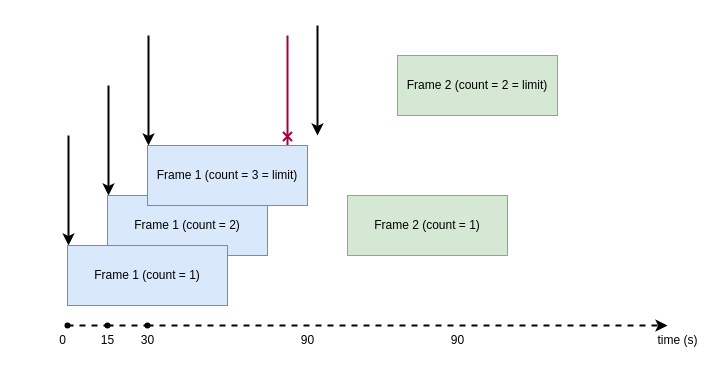
pxuanbach/blog keeps this draw.io diagram as page "Sliding Window Counter" (2 of 4) of blog/09_essential-modules-for-developing-applications-with-fastapi-p5/diagram.drawio. Above is the earlier version. Source tidied: cells renumbered, new cells numbered last; positions are measured from the earlier drawing's top-left corner, leaving out a move shared by most shapes. Both pictures are drawn from the tidied source at 100%, with x=0, y=0 at pixel (47, 25).
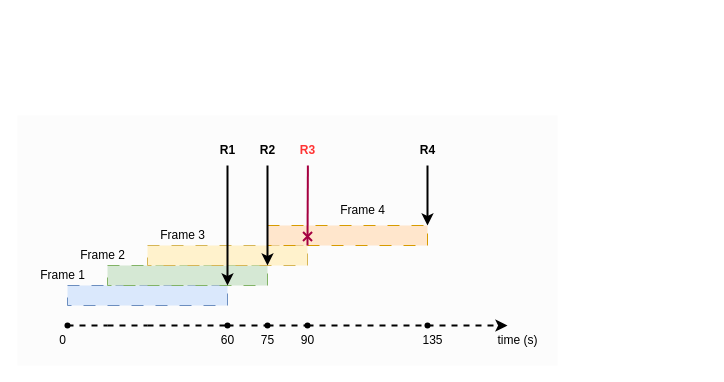
Above is the later version.

Change to the diagram source:
```diff
@@
-    <mxCell id="2" value="Frame 2 (count = 2 = limit)" style="rounded=0;whiteSpace=wrap;html=1;fillColor=#d5e8d4;strokeColor=#82b366;fontColor=#000000;" parent="1" vertex="1">
-      <mxGeometry x="350" y="30" width="160" height="60" as="geometry" />
-    </mxCell>
+    <mxCell id="24" style="rounded=0;whiteSpace=wrap;html=1;dashed=1;dashPattern=12 12;fontColor=#000000;strokeColor=none;fillColor=#FCFCFC;" parent="1" vertex="1">
+      <mxGeometry x="-30" y="90" width="540" height="250" as="geometry" />
+    </mxCell>
-    <mxCell id="3" style="endArrow=classic;html=1;dashed=1;strokeWidth=2;fontColor=default;startArrow=none;" parent="1" edge="1" source="16">
+    <mxCell id="3" style="endArrow=classic;html=1;dashed=1;strokeWidth=2;fontColor=default;startArrow=none;" parent="1" edge="1" source="44">
       <mxGeometry relative="1" as="geometry">
-        <mxPoint x="620" y="300" as="targetPoint" />
+        <mxPoint x="460" y="300" as="targetPoint" />
       </mxGeometry>
     </mxCell>
     <mxCell id="4" style="endArrow=classic;html=1;fontColor=#000000;entryX=0.25;entryY=0;entryDx=0;entryDy=0;strokeWidth=2;" parent="1" edge="1">
       <mxGeometry relative="1" as="geometry">
-        <mxPoint x="21" y="110" as="sourcePoint" />
-        <mxPoint x="21" y="220" as="targetPoint" />
+        <mxPoint x="380" y="140" as="sourcePoint" />
+        <mxPoint x="380" y="200" as="targetPoint" />
       </mxGeometry>
     </mxCell>
-    <mxCell id="5" style="endArrow=classic;html=1;fontColor=#000000;entryX=0.25;entryY=0;entryDx=0;entryDy=0;strokeWidth=2;" parent="1" edge="1">
-      <mxGeometry relative="1" as="geometry">
-        <mxPoint x="61" y="60" as="sourcePoint" />
-        <mxPoint x="61" y="170" as="targetPoint" />
-      </mxGeometry>
-    </mxCell>
-    <mxCell id="6" style="endArrow=cross;html=1;fontColor=#000000;endFill=0;entryX=0.75;entryY=0;entryDx=0;entryDy=0;fillColor=#d80073;strokeColor=#A50040;strokeWidth=2;" parent="1" edge="1">
-      <mxGeometry relative="1" as="geometry">
-        <mxPoint x="240" y="10" as="sourcePoint" />
-        <mxPoint x="240" y="120" as="targetPoint" />
-      </mxGeometry>
-    </mxCell>
-    <mxCell id="7" value="Frame 2 (count = 1)" style="rounded=0;whiteSpace=wrap;html=1;fillColor=#d5e8d4;strokeColor=#82b366;fontColor=#000000;" parent="1" vertex="1">
-      <mxGeometry x="300" y="170" width="160" height="60" as="geometry" />
-    </mxCell>
@@
-    <mxCell id="10" style="endArrow=none;html=1;dashed=1;strokeWidth=2;fontColor=default;" parent="1" edge="1" target="11">
+    <mxCell id="10" style="endArrow=none;html=1;dashed=1;strokeWidth=2;fontColor=default;" parent="1" edge="1">
       <mxGeometry relative="1" as="geometry">
         <mxPoint x="20" y="300" as="sourcePoint" />
+        <mxPoint x="60" y="300" as="targetPoint" />
       </mxGeometry>
     </mxCell>
-    <mxCell id="11" style="shape=waypoint;sketch=0;size=6;points=[];fillColor=none;perimeter=centerPerimeter;snapToPoint=1;labelBackgroundColor=none;labelBorderColor=none;fontColor=default;" parent="1" vertex="1">
-      <mxGeometry x="50" y="290" width="20" height="20" as="geometry" />
-    </mxCell>
-    <mxCell id="12" value="15" style="text;html=1;align=center;verticalAlign=middle;strokeColor=none;fillColor=none;fontColor=default;" parent="1" vertex="1">
-      <mxGeometry x="40" y="300" width="40" height="30" as="geometry" />
-    </mxCell>
     <mxCell id="13" value="time (s)" style="text;html=1;align=center;verticalAlign=middle;strokeColor=none;fillColor=none;fontColor=default;" parent="1" vertex="1">
-      <mxGeometry x="600" y="300" width="60" height="30" as="geometry" />
+      <mxGeometry x="440" y="300" width="60" height="30" as="geometry" />
     </mxCell>
-    <mxCell id="14" value="30" style="text;html=1;align=center;verticalAlign=middle;strokeColor=none;fillColor=none;fontColor=default;" parent="1" vertex="1">
-      <mxGeometry x="80" y="300" width="40" height="30" as="geometry" />
-    </mxCell>
-    <mxCell id="15" style="endArrow=none;html=1;dashed=1;strokeWidth=2;fontColor=default;startArrow=none;" parent="1" edge="1" source="11" target="16">
-      <mxGeometry relative="1" as="geometry" />
+    <mxCell id="15" style="endArrow=none;html=1;dashed=1;strokeWidth=2;fontColor=default;startArrow=none;" parent="1" edge="1">
+      <mxGeometry relative="1" as="geometry">
+        <mxPoint x="60" y="300" as="sourcePoint" />
+        <mxPoint x="100" y="300" as="targetPoint" />
+      </mxGeometry>
     </mxCell>
-    <mxCell id="16" style="shape=waypoint;sketch=0;size=6;points=[];fillColor=none;perimeter=centerPerimeter;snapToPoint=1;labelBackgroundColor=none;labelBorderColor=none;fontColor=default;" parent="1" vertex="1">
-      <mxGeometry x="90" y="290" width="20" height="20" as="geometry" />
-    </mxCell>
-    <mxCell id="17" value="90" style="text;html=1;align=center;verticalAlign=middle;strokeColor=none;fillColor=none;fontColor=default;" parent="1" vertex="1">
-      <mxGeometry x="240" y="300" width="40" height="30" as="geometry" />
+    <mxCell id="17" value="60" style="text;html=1;align=center;verticalAlign=middle;strokeColor=none;fillColor=none;fontColor=default;" parent="1" vertex="1">
+      <mxGeometry x="160" y="300" width="40" height="30" as="geometry" />
     </mxCell>
-    <mxCell id="18" value="90" style="text;html=1;align=center;verticalAlign=middle;strokeColor=none;fillColor=none;fontColor=default;" parent="1" vertex="1">
-      <mxGeometry x="390" y="300" width="40" height="30" as="geometry" />
+    <mxCell id="18" value="135" style="text;html=1;align=center;verticalAlign=middle;strokeColor=none;fillColor=none;fontColor=default;" parent="1" vertex="1">
+      <mxGeometry x="365" y="300" width="40" height="30" as="geometry" />
     </mxCell>
-    <mxCell id="19" value="Frame 1 (count = 2)" style="rounded=0;whiteSpace=wrap;html=1;fillColor=#dae8fc;strokeColor=#6c8ebf;fontColor=#000000;" parent="1" vertex="1">
-      <mxGeometry x="60" y="170" width="160" height="60" as="geometry" />
-    </mxCell>
-    <mxCell id="20" value="Frame 1 (count = 1)" style="rounded=0;whiteSpace=wrap;html=1;fillColor=#dae8fc;strokeColor=#6c8ebf;fontColor=#000000;" parent="1" vertex="1">
-      <mxGeometry x="20" y="220" width="160" height="60" as="geometry" />
+    <mxCell id="20" style="rounded=0;whiteSpace=wrap;html=1;fillColor=#dae8fc;strokeColor=#6c8ebf;fontColor=#000000;dashed=1;dashPattern=12 12;" parent="1" vertex="1">
+      <mxGeometry x="20" y="260" width="160" height="20" as="geometry" />
     </mxCell>
+    <mxCell id="7" style="rounded=0;whiteSpace=wrap;html=1;align=left;dashed=1;dashPattern=12 12;fillColor=#d5e8d4;strokeColor=#82b366;" parent="1" vertex="1">
+      <mxGeometry x="60" y="240" width="160" height="20" as="geometry" />
+    </mxCell>
+    <mxCell id="25" value="75" style="text;html=1;align=center;verticalAlign=middle;strokeColor=none;fillColor=none;fontColor=default;" parent="1" vertex="1">
+      <mxGeometry x="200" y="300" width="40" height="30" as="geometry" />
+    </mxCell>
+    <mxCell id="26" style="rounded=0;whiteSpace=wrap;html=1;fillColor=#fff2cc;strokeColor=#d6b656;dashed=1;dashPattern=12 12;" parent="1" vertex="1">
+      <mxGeometry x="100" y="220" width="160" height="20" as="geometry" />
+    </mxCell>
+    <mxCell id="27" value="90" style="text;html=1;align=center;verticalAlign=middle;strokeColor=none;fillColor=none;fontColor=default;" parent="1" vertex="1">
+      <mxGeometry x="240" y="300" width="40" height="30" as="geometry" />
+    </mxCell>
+    <mxCell id="28" style="rounded=0;whiteSpace=wrap;html=1;fillColor=#ffe6cc;strokeColor=#d79b00;dashed=1;dashPattern=12 12;" parent="1" vertex="1">
+      <mxGeometry x="220" y="200" width="160" height="20" as="geometry" />
+    </mxCell>
+    <mxCell id="5" style="endArrow=classic;html=1;fontColor=#000000;entryX=0.25;entryY=0;entryDx=0;entryDy=0;strokeWidth=2;" parent="1" edge="1">
+      <mxGeometry relative="1" as="geometry">
+        <mxPoint x="180" y="140" as="sourcePoint" />
+        <mxPoint x="180" y="260" as="targetPoint" />
+      </mxGeometry>
+    </mxCell>
-    <mxCell id="21" style="endArrow=classic;html=1;fontColor=#000000;entryX=0.25;entryY=0;entryDx=0;entryDy=0;strokeWidth=2;" parent="1" edge="1">
+    <mxCell id="21" style="endArrow=classic;html=1;fontColor=#000000;entryX=1;entryY=0;entryDx=0;entryDy=0;strokeWidth=2;" parent="1" edge="1" target="7">
       <mxGeometry relative="1" as="geometry">
-        <mxPoint x="270" as="sourcePoint" />
-        <mxPoint x="270" y="110" as="targetPoint" />
+        <mxPoint x="220" y="140" as="sourcePoint" />
       </mxGeometry>
     </mxCell>
-    <mxCell id="22" value="Frame 1 (count = 3 = limit)" style="rounded=0;whiteSpace=wrap;html=1;fillColor=#dae8fc;strokeColor=#6c8ebf;fontColor=#000000;" parent="1" vertex="1">
-      <mxGeometry x="100" y="120" width="160" height="60" as="geometry" />
-    </mxCell>
-    <mxCell id="23" style="endArrow=classic;html=1;fontColor=#000000;entryX=0.25;entryY=0;entryDx=0;entryDy=0;strokeWidth=2;" parent="1" edge="1">
-      <mxGeometry relative="1" as="geometry">
-        <mxPoint x="101" y="10" as="sourcePoint" />
-        <mxPoint x="101" y="120" as="targetPoint" />
-      </mxGeometry>
-    </mxCell>
+    <mxCell id="6" style="endArrow=cross;html=1;fontColor=#000000;endFill=0;entryX=0.75;entryY=0;entryDx=0;entryDy=0;fillColor=#d80073;strokeColor=#A50040;strokeWidth=2;" parent="1" edge="1">
+      <mxGeometry relative="1" as="geometry">
+        <mxPoint x="260.4" y="140" as="sourcePoint" />
+        <mxPoint x="260" y="220" as="targetPoint" />
+      </mxGeometry>
+    </mxCell>
+    <mxCell id="29" value="R1" style="text;html=1;align=center;verticalAlign=middle;strokeColor=none;fillColor=none;fontStyle=1;" parent="1" vertex="1">
+      <mxGeometry x="160" y="110" width="40" height="30" as="geometry" />
+    </mxCell>
+    <mxCell id="30" value="R2" style="text;html=1;align=center;verticalAlign=middle;strokeColor=none;fillColor=none;fontStyle=1;" parent="1" vertex="1">
+      <mxGeometry x="200" y="110" width="40" height="30" as="geometry" />
+    </mxCell>
+    <mxCell id="31" value="R3" style="text;html=1;align=center;verticalAlign=middle;strokeColor=none;fillColor=none;fontColor=#FF3333;fontStyle=1;" parent="1" vertex="1">
+      <mxGeometry x="240" y="110" width="40" height="30" as="geometry" />
+    </mxCell>
+    <mxCell id="32" value="R4" style="text;html=1;align=center;verticalAlign=middle;strokeColor=none;fillColor=none;fontStyle=1;" parent="1" vertex="1">
+      <mxGeometry x="360" y="110" width="40" height="30" as="geometry" />
+    </mxCell>
+    <mxCell id="33" value="Frame 1" style="text;html=1;align=center;verticalAlign=middle;strokeColor=none;fillColor=none;fontColor=#000000;" parent="1" vertex="1">
+      <mxGeometry x="-20" y="235" width="70" height="30" as="geometry" />
+    </mxCell>
+    <mxCell id="34" value="Frame 2" style="text;html=1;align=center;verticalAlign=middle;strokeColor=none;fillColor=none;fontColor=#000000;" parent="1" vertex="1">
+      <mxGeometry x="20" y="215" width="70" height="30" as="geometry" />
+    </mxCell>
+    <mxCell id="35" value="Frame 3" style="text;html=1;align=center;verticalAlign=middle;strokeColor=none;fillColor=none;fontColor=#000000;" parent="1" vertex="1">
+      <mxGeometry x="100" y="195" width="70" height="30" as="geometry" />
+    </mxCell>
+    <mxCell id="36" value="Frame 4" style="text;html=1;align=center;verticalAlign=middle;strokeColor=none;fillColor=none;fontColor=#000000;" parent="1" vertex="1">
+      <mxGeometry x="280" y="170" width="70" height="30" as="geometry" />
+    </mxCell>
+    <mxCell id="37" style="endArrow=none;html=1;dashed=1;strokeWidth=2;fontColor=default;startArrow=none;" parent="1" edge="1" target="38">
+      <mxGeometry relative="1" as="geometry">
+        <mxPoint x="100" y="300" as="sourcePoint" />
+      </mxGeometry>
+    </mxCell>
+    <mxCell id="38" style="shape=waypoint;sketch=0;size=6;points=[];fillColor=none;perimeter=centerPerimeter;snapToPoint=1;dashed=1;dashPattern=12 12;fontColor=#000000;" parent="1" vertex="1">
+      <mxGeometry x="170" y="290" width="20" height="20" as="geometry" />
+    </mxCell>
+    <mxCell id="39" style="endArrow=none;html=1;dashed=1;strokeWidth=2;fontColor=default;startArrow=none;" parent="1" edge="1" source="38" target="40">
+      <mxGeometry relative="1" as="geometry" />
+    </mxCell>
+    <mxCell id="40" style="shape=waypoint;sketch=0;size=6;points=[];fillColor=none;perimeter=centerPerimeter;snapToPoint=1;dashed=1;dashPattern=12 12;fontColor=#000000;" parent="1" vertex="1">
+      <mxGeometry x="210" y="290" width="20" height="20" as="geometry" />
+    </mxCell>
+    <mxCell id="41" style="endArrow=none;html=1;dashed=1;strokeWidth=2;fontColor=default;startArrow=none;" parent="1" edge="1" source="40" target="42">
+      <mxGeometry relative="1" as="geometry" />
+    </mxCell>
+    <mxCell id="42" style="shape=waypoint;sketch=0;size=6;points=[];fillColor=none;perimeter=centerPerimeter;snapToPoint=1;dashed=1;dashPattern=12 12;fontColor=#000000;" parent="1" vertex="1">
+      <mxGeometry x="250" y="290" width="20" height="20" as="geometry" />
+    </mxCell>
+    <mxCell id="43" style="endArrow=none;html=1;dashed=1;strokeWidth=2;fontColor=default;startArrow=none;" parent="1" edge="1" source="42" target="44">
+      <mxGeometry relative="1" as="geometry" />
+    </mxCell>
+    <mxCell id="44" style="shape=waypoint;sketch=0;size=6;points=[];fillColor=none;perimeter=centerPerimeter;snapToPoint=1;dashed=1;dashPattern=12 12;fontColor=#000000;" parent="1" vertex="1">
+      <mxGeometry x="370" y="290" width="20" height="20" as="geometry" />
+    </mxCell>
```
